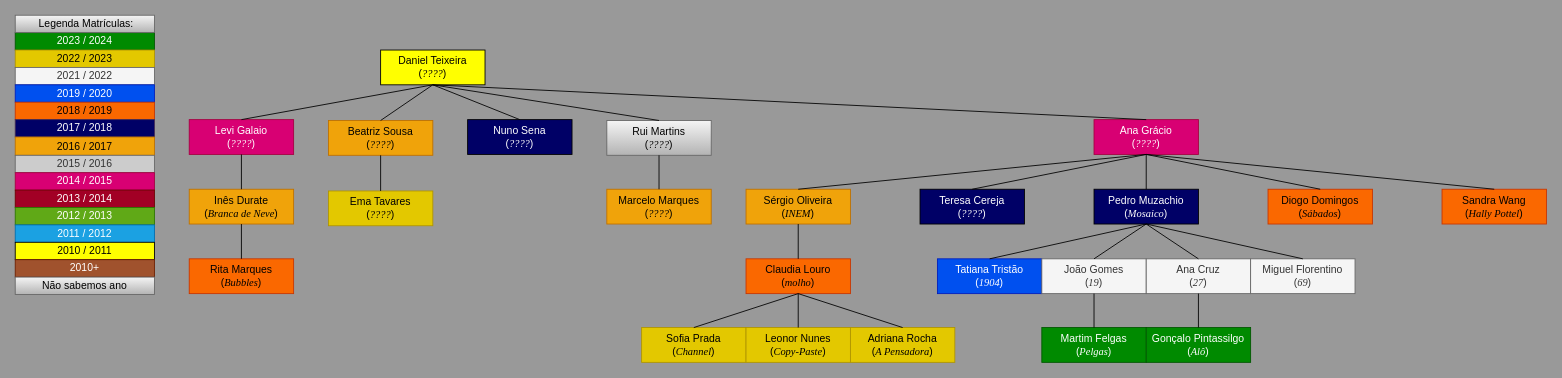
Before: Draw.io/Familia_do_Daniel_Teixeira.drawio in pdmtmr/PDMTMRTESTLOCATION-AKA-ARBUSTO, a draw.io diagram. Source tidied: cells renumbered, new cells numbered last; positions are measured from the earlier drawing's top-left corner, leaving out a move shared by most shapes. Both pictures are drawn from the tidied source at 87%, with x=0, y=0 at pixel (15, 15).
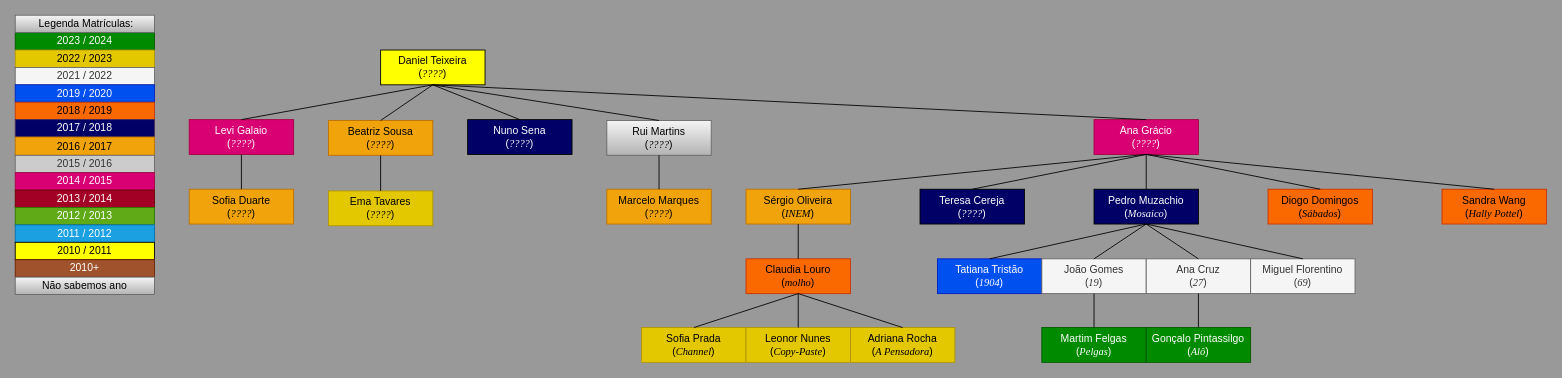
The same page after the edit.

Diff of the diagram source:
```diff
@@
-    <mxCell id="21" value="&lt;div&gt;&lt;span style=&quot;background-color: initial;&quot;&gt;Inês Durate&lt;/span&gt;&lt;/div&gt;&lt;div&gt;&lt;span style=&quot;background-color: initial;&quot;&gt;(&lt;font face=&quot;Times New Roman&quot;&gt;&lt;i&gt;Branca de Neve&lt;/i&gt;&lt;/font&gt;&lt;/span&gt;&lt;span style=&quot;background-color: initial;&quot;&gt;)&lt;/span&gt;&lt;/div&gt;" style="rounded=0;whiteSpace=wrap;html=1;fillColor=#f0a30a;fontColor=#000000;strokeColor=#BD7000;" parent="1" vertex="1">
+    <mxCell id="21" value="&lt;div&gt;Sofia Duarte&lt;/div&gt;&lt;div&gt;&lt;span style=&quot;background-color: initial;&quot;&gt;(&lt;font face=&quot;Times New Roman&quot;&gt;&lt;i&gt;????&lt;/i&gt;&lt;/font&gt;&lt;/span&gt;&lt;span style=&quot;background-color: initial;&quot;&gt;)&lt;/span&gt;&lt;/div&gt;" style="rounded=0;whiteSpace=wrap;html=1;fillColor=#f0a30a;fontColor=#000000;strokeColor=#BD7000;" parent="1" vertex="1">
       <mxGeometry x="200" y="200" width="120" height="40" as="geometry" />
     </mxCell>
-    <mxCell id="22" value="&lt;div&gt;Rita Marques&lt;/div&gt;&lt;div&gt;&lt;span style=&quot;background-color: initial;&quot;&gt;(&lt;font face=&quot;Times New Roman&quot;&gt;&lt;i&gt;Bubbles&lt;/i&gt;&lt;/font&gt;&lt;/span&gt;&lt;span style=&quot;background-color: initial;&quot;&gt;)&lt;/span&gt;&lt;/div&gt;" style="rounded=0;whiteSpace=wrap;html=1;fillColor=#fa6800;fontColor=#000000;strokeColor=#C73500;" parent="1" vertex="1">
-      <mxGeometry x="200" y="280" width="120" height="40" as="geometry" />
-    </mxCell>
-    <mxCell id="23" style="endArrow=none;html=1;rounded=0;exitX=0.5;exitY=0;exitDx=0;exitDy=0;entryX=0.5;entryY=1;entryDx=0;entryDy=0;" parent="1" edge="1" source="22" target="21">
-      <mxGeometry relative="1" as="geometry" />
-    </mxCell>
```
